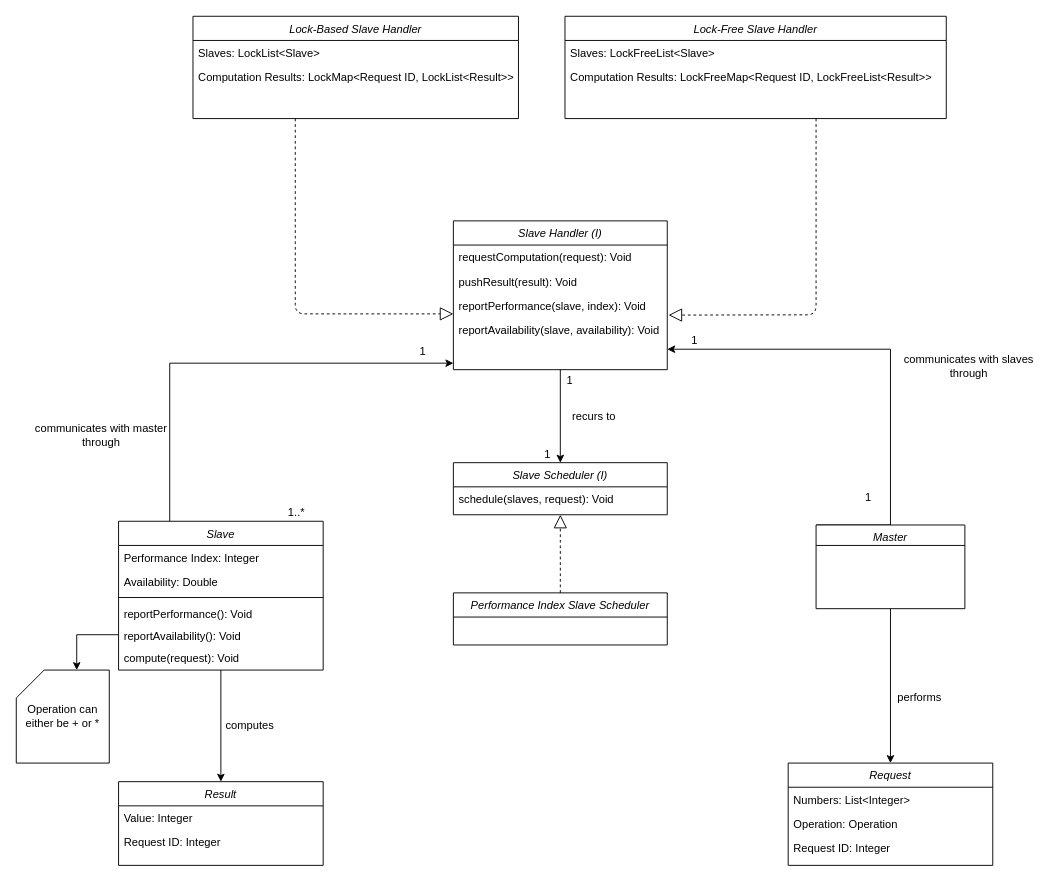
Above: diagrams/src/domain.drawio in freitzzz/SOCOF19-20-G5 (draw.io), before the change. Source tidied: cells renumbered, new cells numbered last; positions are measured from the earlier drawing's top-left corner, leaving out a move shared by most shapes. Both pictures are drawn from the tidied source at 93%, with x=0, y=0 at pixel (16, 16).
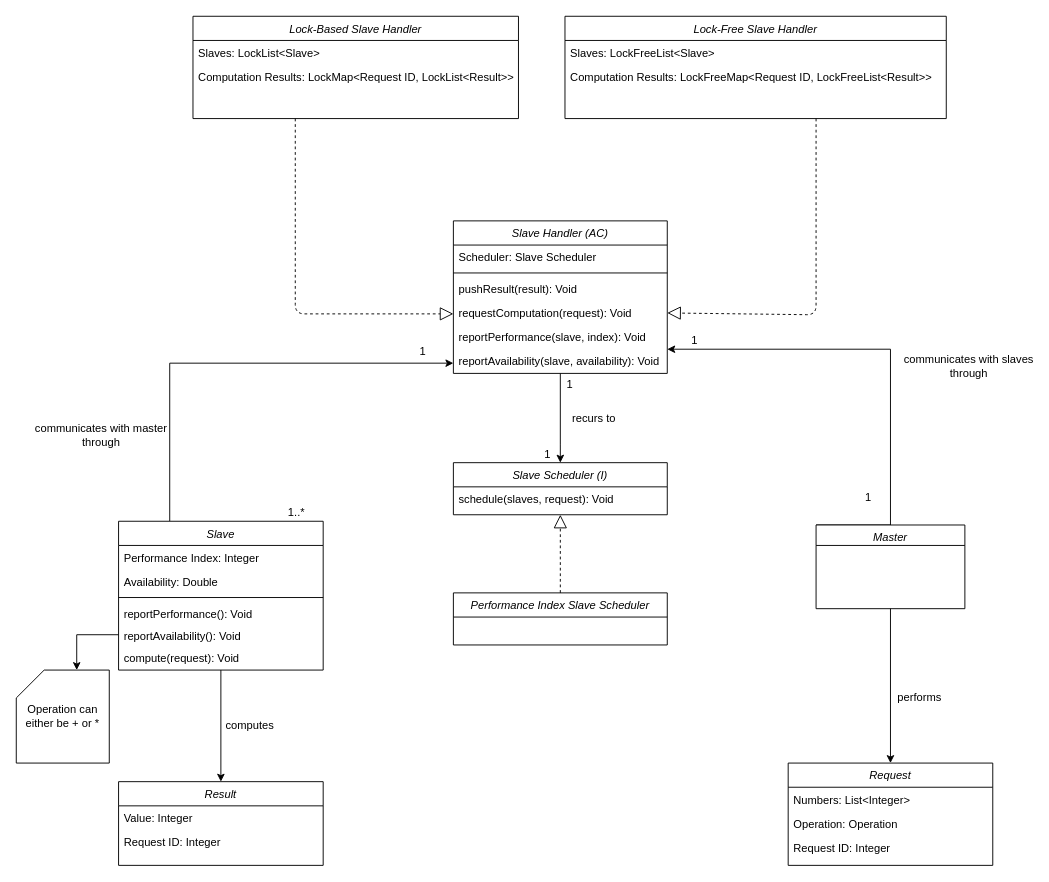
Above is the later version.

Diff of the diagram source:
```diff
@@
-    <mxCell id="20" value="Slave Handler (I)" style="swimlane;fontStyle=2;align=center;verticalAlign=top;horizontal=1;startSize=26;rounded=0;shadow=0;strokeWidth=1;" parent="1" vertex="1">
-      <mxGeometry x="470" y="220" width="230" height="160" as="geometry" />
+    <mxCell id="20" value="Slave Handler (AC)" style="swimlane;fontStyle=2;align=center;verticalAlign=top;horizontal=1;startSize=26;rounded=0;shadow=0;strokeWidth=1;" parent="1" vertex="1">
+      <mxGeometry x="470" y="220" width="230" height="164" as="geometry" />
     </mxCell>
+    <mxCell id="52" value="Scheduler: Slave Scheduler" style="text;align=left;verticalAlign=top;spacingLeft=4;spacingRight=4;overflow=hidden;rounded=0;shadow=0;html=0;" parent="20" vertex="1">
+      <mxGeometry y="26" width="230" height="26" as="geometry" />
+    </mxCell>
+    <mxCell id="53" style="line;html=1;strokeWidth=1;align=left;verticalAlign=middle;spacingTop=-1;spacingLeft=3;spacingRight=3;labelPosition=right;" parent="20" vertex="1">
+      <mxGeometry y="52" width="230" height="8" as="geometry" />
+    </mxCell>
+    <mxCell id="22" value="pushResult(result): Void" style="text;align=left;verticalAlign=top;spacingLeft=4;spacingRight=4;overflow=hidden;rounded=0;shadow=0;html=0;" parent="20" vertex="1">
+      <mxGeometry y="60" width="230" height="26" as="geometry" />
+    </mxCell>
     <mxCell id="21" value="requestComputation(request): Void" style="text;align=left;verticalAlign=top;spacingLeft=4;spacingRight=4;overflow=hidden;points=[[0,0.5],[1,0.5]];portConstraint=eastwest;rounded=0;shadow=0;html=0;" parent="20" vertex="1">
-      <mxGeometry y="26" width="230" height="26" as="geometry" />
+      <mxGeometry y="86" width="230" height="26" as="geometry" />
     </mxCell>
-    <mxCell id="22" value="pushResult(result): Void" style="text;align=left;verticalAlign=top;spacingLeft=4;spacingRight=4;overflow=hidden;rounded=0;shadow=0;html=0;" parent="20" vertex="1">
-      <mxGeometry y="52" width="230" height="26" as="geometry" />
-    </mxCell>
     <mxCell id="23" value="reportPerformance(slave, index): Void" style="text;align=left;verticalAlign=top;spacingLeft=4;spacingRight=4;overflow=hidden;rounded=0;shadow=0;html=0;" parent="20" vertex="1">
-      <mxGeometry y="78" width="230" height="26" as="geometry" />
+      <mxGeometry y="112" width="230" height="26" as="geometry" />
     </mxCell>
     <mxCell id="24" value="reportAvailability(slave, availability): Void" style="text;align=left;verticalAlign=top;spacingLeft=4;spacingRight=4;overflow=hidden;points=[[0,0.5],[1,0.5]];portConstraint=eastwest;rounded=0;shadow=0;html=0;" parent="20" vertex="1">
-      <mxGeometry y="104" width="230" height="26" as="geometry" />
+      <mxGeometry y="138" width="230" height="26" as="geometry" />
     </mxCell>
@@
-    <mxCell id="35" style="endArrow=block;dashed=1;endFill=0;endSize=12;html=1;entryX=1.006;entryY=-0.103;entryDx=0;entryDy=0;entryPerimeter=0;" parent="1" edge="1" target="24">
+    <mxCell id="35" style="endArrow=block;dashed=1;endFill=0;endSize=12;html=1;entryX=1;entryY=0.5;entryDx=0;entryDy=0;" parent="1" edge="1" target="21">
       <mxGeometry relative="1" as="geometry">
         <mxPoint x="860" y="110" as="sourcePoint" />
         <Array as="points">
           <mxPoint x="860" y="321" />
         </Array>
       </mxGeometry>
     </mxCell>
```
